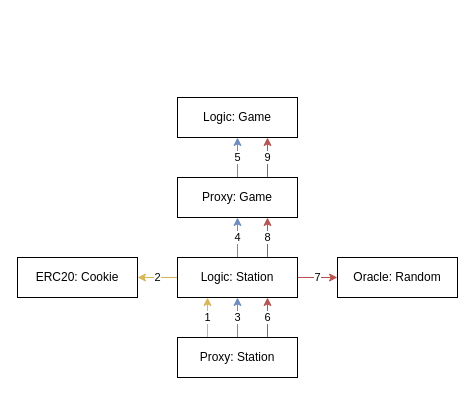
ooMia/Upside_Cookie_Land keeps this draw.io diagram as Upside_Cookie_Lend.drawio. Above is the earlier version. Source tidied: cells renumbered, new cells numbered last; positions are measured from the earlier drawing's top-left corner, leaving out a move shared by most shapes. Both pictures are drawn from the tidied source at 100%, with x=0, y=0 at pixel (17, 97).
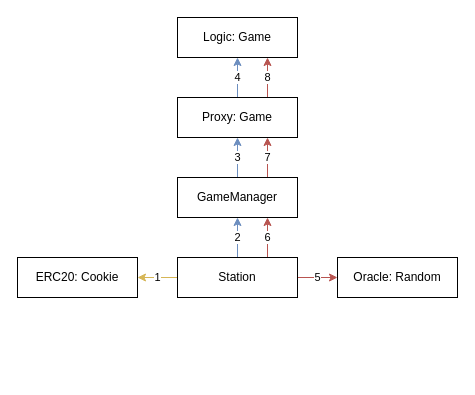
The same page after the edit.

Diff of the diagram source:
```diff
@@
 <mxGraphModel>
   <root>
     <mxCell id="0" />
     <mxCell id="1" parent="0" />
     <mxCell id="2" value="ERC20: Cookie" style="rounded=0;whiteSpace=wrap;html=1;" parent="1" vertex="1">
       <mxGeometry y="160" width="120" height="40" as="geometry" />
     </mxCell>
-    <mxCell id="3" value="5" style="edgeStyle=orthogonalEdgeStyle;rounded=0;jettySize=auto;html=1;entryX=0.5;entryY=1;entryDx=0;entryDy=0;fillColor=#dae8fc;strokeColor=#6c8ebf;" parent="1" edge="1" source="5" target="16">
+    <mxCell id="3" value="3" style="edgeStyle=orthogonalEdgeStyle;rounded=0;jettySize=auto;html=1;entryX=0.5;entryY=1;entryDx=0;entryDy=0;fillColor=#dae8fc;strokeColor=#6c8ebf;" parent="1" edge="1" source="5" target="16">
       <mxGeometry relative="1" as="geometry" />
     </mxCell>
-    <mxCell id="4" value="9" style="edgeStyle=orthogonalEdgeStyle;rounded=0;jettySize=auto;html=1;exitX=0.75;exitY=0;exitDx=0;exitDy=0;entryX=0.75;entryY=1;entryDx=0;entryDy=0;fillColor=#f8cecc;strokeColor=#b85450;" parent="1" edge="1" source="5" target="16">
+    <mxCell id="4" value="7" style="edgeStyle=orthogonalEdgeStyle;rounded=0;jettySize=auto;html=1;exitX=0.75;exitY=0;exitDx=0;exitDy=0;entryX=0.75;entryY=1;entryDx=0;entryDy=0;fillColor=#f8cecc;strokeColor=#b85450;" parent="1" edge="1" source="5" target="16">
       <mxGeometry relative="1" as="geometry" />
     </mxCell>
-    <mxCell id="5" value="Proxy: Game" style="rounded=0;whiteSpace=wrap;html=1;" parent="1" vertex="1">
+    <mxCell id="5" value="GameManager" style="rounded=0;whiteSpace=wrap;html=1;" parent="1" vertex="1">
       <mxGeometry x="160" y="80" width="120" height="40" as="geometry" />
     </mxCell>
-    <mxCell id="6" value="6" style="edgeStyle=orthogonalEdgeStyle;rounded=0;jettySize=auto;html=1;exitX=0.75;exitY=0;exitDx=0;exitDy=0;entryX=0.75;entryY=1;entryDx=0;entryDy=0;fillColor=#f8cecc;strokeColor=#b85450;" parent="1" edge="1" source="9" target="14">
-      <mxGeometry relative="1" as="geometry" />
-    </mxCell>
-    <mxCell id="7" value="1" style="edgeStyle=orthogonalEdgeStyle;rounded=0;jettySize=auto;html=1;exitX=0.25;exitY=0;exitDx=0;exitDy=0;entryX=0.25;entryY=1;entryDx=0;entryDy=0;fillColor=#fff2cc;strokeColor=#d6b656;" parent="1" edge="1" source="9" target="14">
-      <mxGeometry relative="1" as="geometry" />
-    </mxCell>
-    <mxCell id="8" value="3" style="edgeStyle=orthogonalEdgeStyle;rounded=0;jettySize=auto;html=1;entryX=0.5;entryY=1;entryDx=0;entryDy=0;fillColor=#dae8fc;strokeColor=#6c8ebf;" parent="1" edge="1" source="9" target="14">
-      <mxGeometry relative="1" as="geometry" />
-    </mxCell>
-    <mxCell id="9" value="Proxy: Station" style="rounded=0;whiteSpace=wrap;html=1;" parent="1" vertex="1">
-      <mxGeometry x="160" y="240" width="120" height="40" as="geometry" />
-    </mxCell>
-    <mxCell id="10" value="4" style="edgeStyle=orthogonalEdgeStyle;rounded=0;jettySize=auto;html=1;entryX=0.5;entryY=1;entryDx=0;entryDy=0;fillColor=#dae8fc;strokeColor=#6c8ebf;" parent="1" edge="1" source="14" target="5">
+    <mxCell id="10" value="2" style="edgeStyle=orthogonalEdgeStyle;rounded=0;jettySize=auto;html=1;entryX=0.5;entryY=1;entryDx=0;entryDy=0;fillColor=#dae8fc;strokeColor=#6c8ebf;" parent="1" edge="1" source="14" target="5">
       <mxGeometry relative="1" as="geometry" />
     </mxCell>
-    <mxCell id="11" value="2" style="edgeStyle=orthogonalEdgeStyle;rounded=0;jettySize=auto;html=1;entryX=1;entryY=0.5;entryDx=0;entryDy=0;strokeColor=#d6b656;startArrow=none;startFill=0;fillColor=#fff2cc;" parent="1" edge="1" source="14" target="2">
+    <mxCell id="11" value="1" style="edgeStyle=orthogonalEdgeStyle;rounded=0;jettySize=auto;html=1;entryX=1;entryY=0.5;entryDx=0;entryDy=0;strokeColor=#d6b656;startArrow=none;startFill=0;fillColor=#fff2cc;" parent="1" edge="1" source="14" target="2">
       <mxGeometry relative="1" as="geometry" />
     </mxCell>
-    <mxCell id="12" value="7" style="edgeStyle=orthogonalEdgeStyle;rounded=0;jettySize=auto;html=1;exitX=1;exitY=0.5;exitDx=0;exitDy=0;entryX=0;entryY=0.5;entryDx=0;entryDy=0;startArrow=none;startFill=0;fillColor=#f8cecc;strokeColor=#b85450;" parent="1" edge="1" source="14" target="15">
+    <mxCell id="12" value="5" style="edgeStyle=orthogonalEdgeStyle;rounded=0;jettySize=auto;html=1;exitX=1;exitY=0.5;exitDx=0;exitDy=0;entryX=0;entryY=0.5;entryDx=0;entryDy=0;startArrow=none;startFill=0;fillColor=#f8cecc;strokeColor=#b85450;" parent="1" edge="1" source="14" target="15">
       <mxGeometry relative="1" as="geometry" />
     </mxCell>
-    <mxCell id="13" value="8" style="edgeStyle=orthogonalEdgeStyle;rounded=0;jettySize=auto;html=1;exitX=0.75;exitY=0;exitDx=0;exitDy=0;entryX=0.75;entryY=1;entryDx=0;entryDy=0;fillColor=#f8cecc;strokeColor=#b85450;" parent="1" edge="1" source="14" target="5">
+    <mxCell id="13" value="6" style="edgeStyle=orthogonalEdgeStyle;rounded=0;jettySize=auto;html=1;exitX=0.75;exitY=0;exitDx=0;exitDy=0;entryX=0.75;entryY=1;entryDx=0;entryDy=0;fillColor=#f8cecc;strokeColor=#b85450;" parent="1" edge="1" source="14" target="5">
       <mxGeometry relative="1" as="geometry" />
     </mxCell>
-    <mxCell id="14" value="Logic: Station" style="rounded=0;whiteSpace=wrap;html=1;" parent="1" vertex="1">
+    <mxCell id="14" value="Station" style="rounded=0;whiteSpace=wrap;html=1;" parent="1" vertex="1">
       <mxGeometry x="160" y="160" width="120" height="40" as="geometry" />
     </mxCell>
     <mxCell id="15" value="Oracle: Random" style="rounded=0;whiteSpace=wrap;html=1;" parent="1" vertex="1">
       <mxGeometry x="320" y="160" width="120" height="40" as="geometry" />
     </mxCell>
+    <mxCell id="17" value="4" style="edgeStyle=orthogonalEdgeStyle;rounded=0;jettySize=auto;html=1;entryX=0.5;entryY=1;entryDx=0;entryDy=0;fillColor=#dae8fc;strokeColor=#6c8ebf;" parent="1" edge="1" source="16" target="19">
+      <mxGeometry relative="1" as="geometry" />
+    </mxCell>
+    <mxCell id="18" value="8" style="edgeStyle=orthogonalEdgeStyle;rounded=0;jettySize=auto;html=1;exitX=0.75;exitY=0;exitDx=0;exitDy=0;entryX=0.75;entryY=1;entryDx=0;entryDy=0;fillColor=#f8cecc;strokeColor=#b85450;" parent="1" edge="1" source="16" target="19">
+      <mxGeometry relative="1" as="geometry" />
+    </mxCell>
-    <mxCell id="16" value="Logic: Game" style="rounded=0;whiteSpace=wrap;html=1;" parent="1" vertex="1">
+    <mxCell id="16" value="Proxy: Game" style="rounded=0;whiteSpace=wrap;html=1;" parent="1" vertex="1">
       <mxGeometry x="160" width="120" height="40" as="geometry" />
     </mxCell>
+    <mxCell id="19" value="Logic: Game" style="rounded=0;whiteSpace=wrap;html=1;" parent="1" vertex="1">
+      <mxGeometry x="160" y="-80" width="120" height="40" as="geometry" />
+    </mxCell>
   </root>
 </mxGraphModel>
```
